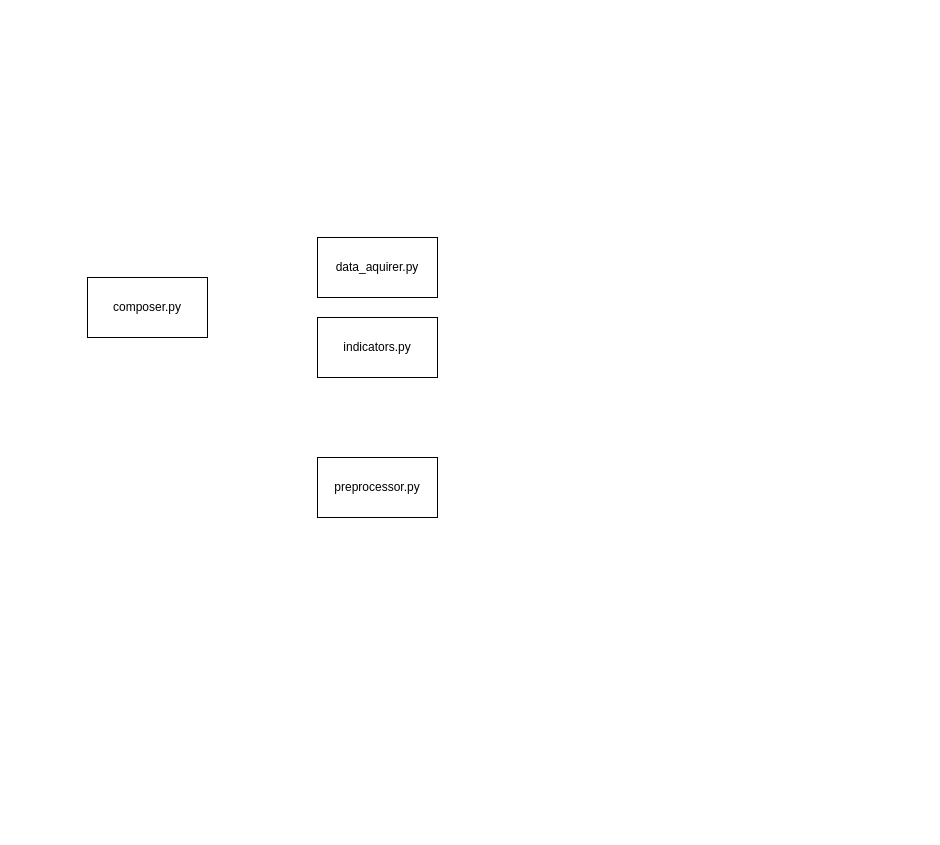
Above: doc/model_overview.drawio in Franzelfx/forex-predicter (draw.io), before the change. Source tidied: cells renumbered, new cells numbered last; positions are measured from the earlier drawing's top-left corner, leaving out a move shared by most shapes. Both pictures are drawn from the tidied source at 100%, with x=0, y=0 at pixel (87, 237).
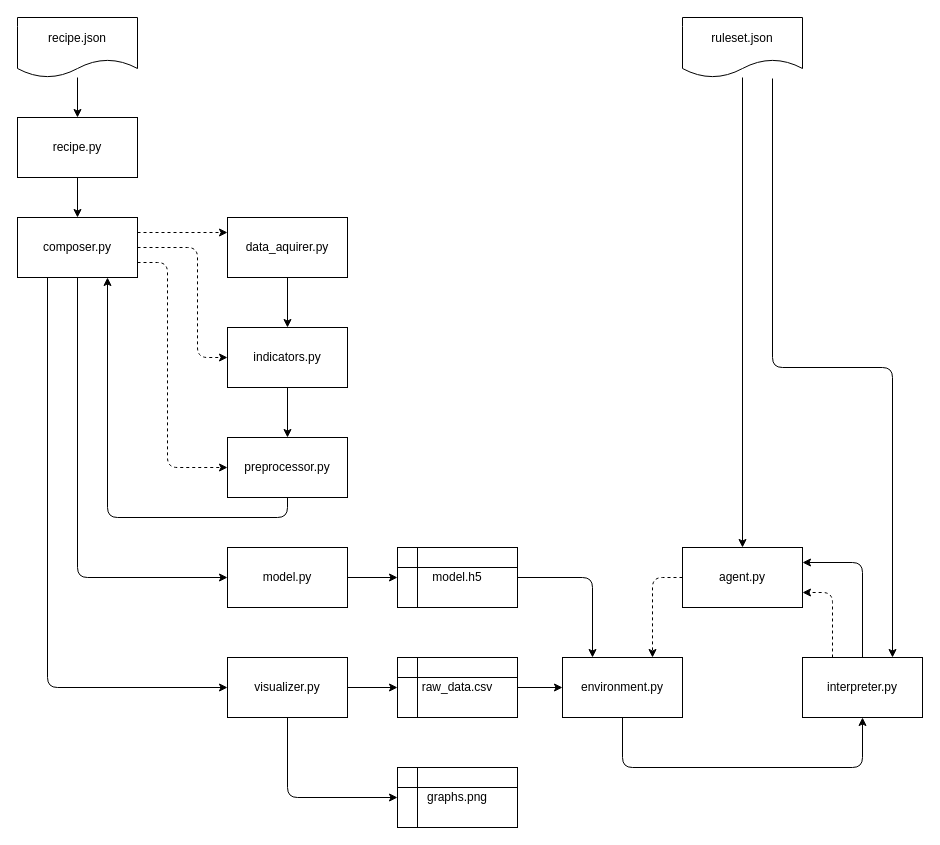
Above is the later version.

The edit, as a diff of the source:
```diff
@@
+    <mxCell id="6" style="edgeStyle=orthogonalEdgeStyle;rounded=1;jettySize=auto;html=1;exitX=1;exitY=0.25;exitDx=0;exitDy=0;entryX=0;entryY=0.25;entryDx=0;entryDy=0;dashed=1;" parent="1" edge="1" source="2" target="3">
+      <mxGeometry relative="1" as="geometry" />
+    </mxCell>
+    <mxCell id="7" style="edgeStyle=orthogonalEdgeStyle;rounded=1;jettySize=auto;html=1;exitX=1;exitY=0.5;exitDx=0;exitDy=0;entryX=0;entryY=0.5;entryDx=0;entryDy=0;dashed=1;" parent="1" edge="1" source="2" target="5">
+      <mxGeometry relative="1" as="geometry">
+        <Array as="points">
+          <mxPoint x="110" y="10" />
+          <mxPoint x="110" y="120" />
+        </Array>
+      </mxGeometry>
+    </mxCell>
+    <mxCell id="8" style="edgeStyle=orthogonalEdgeStyle;rounded=1;jettySize=auto;html=1;exitX=1;exitY=0.75;exitDx=0;exitDy=0;entryX=0;entryY=0.5;entryDx=0;entryDy=0;dashed=1;" parent="1" edge="1" source="2" target="4">
+      <mxGeometry relative="1" as="geometry">
+        <Array as="points">
+          <mxPoint x="80" y="25" />
+          <mxPoint x="80" y="230" />
+        </Array>
+      </mxGeometry>
+    </mxCell>
+    <mxCell id="9" style="edgeStyle=orthogonalEdgeStyle;rounded=1;jettySize=auto;html=1;exitX=0.5;exitY=1;exitDx=0;exitDy=0;entryX=0;entryY=0.5;entryDx=0;entryDy=0;" parent="1" edge="1" source="2" target="18">
+      <mxGeometry relative="1" as="geometry" />
+    </mxCell>
+    <mxCell id="10" style="edgeStyle=orthogonalEdgeStyle;html=1;exitX=0.25;exitY=1;exitDx=0;exitDy=0;entryX=0;entryY=0.5;entryDx=0;entryDy=0;" parent="1" edge="1" source="2" target="16">
+      <mxGeometry relative="1" as="geometry" />
+    </mxCell>
     <mxCell id="2" value="composer.py" style="rounded=0;whiteSpace=wrap;html=1;verticalAlign=middle;align=center;" parent="1" vertex="1">
-      <mxGeometry y="40" width="120" height="60" as="geometry" />
+      <mxGeometry x="-70" y="-20" width="120" height="60" as="geometry" />
     </mxCell>
+    <mxCell id="11" style="edgeStyle=none;html=1;" parent="1" edge="1" source="3" target="5">
+      <mxGeometry relative="1" as="geometry" />
+    </mxCell>
     <mxCell id="3" value="data_aquirer.py" style="rounded=0;whiteSpace=wrap;html=1;" parent="1" vertex="1">
-      <mxGeometry x="230" width="120" height="60" as="geometry" />
+      <mxGeometry x="140" y="-20" width="120" height="60" as="geometry" />
     </mxCell>
+    <mxCell id="12" style="edgeStyle=orthogonalEdgeStyle;rounded=1;jettySize=auto;html=1;exitX=0.5;exitY=1;exitDx=0;exitDy=0;entryX=0.75;entryY=1;entryDx=0;entryDy=0;" parent="1" edge="1" source="4" target="2">
+      <mxGeometry relative="1" as="geometry" />
+    </mxCell>
     <mxCell id="4" value="preprocessor.py" style="rounded=0;whiteSpace=wrap;html=1;" parent="1" vertex="1">
-      <mxGeometry x="230" y="220" width="120" height="60" as="geometry" />
+      <mxGeometry x="140" y="200" width="120" height="60" as="geometry" />
     </mxCell>
+    <mxCell id="13" style="edgeStyle=none;html=1;" parent="1" edge="1" source="5" target="4">
+      <mxGeometry relative="1" as="geometry" />
+    </mxCell>
     <mxCell id="5" value="indicators.py" style="rounded=0;whiteSpace=wrap;html=1;" parent="1" vertex="1">
-      <mxGeometry x="230" y="80" width="120" height="60" as="geometry" />
+      <mxGeometry x="140" y="90" width="120" height="60" as="geometry" />
     </mxCell>
+    <mxCell id="14" style="edgeStyle=orthogonalEdgeStyle;html=1;exitX=1;exitY=0.5;exitDx=0;exitDy=0;entryX=0;entryY=0.5;entryDx=0;entryDy=0;" parent="1" edge="1" source="16" target="32">
+      <mxGeometry relative="1" as="geometry" />
+    </mxCell>
+    <mxCell id="15" style="edgeStyle=orthogonalEdgeStyle;html=1;exitX=0.5;exitY=1;exitDx=0;exitDy=0;entryX=0;entryY=0.5;entryDx=0;entryDy=0;" parent="1" edge="1" source="16" target="33">
+      <mxGeometry relative="1" as="geometry" />
+    </mxCell>
+    <mxCell id="16" value="visualizer.py" style="rounded=0;whiteSpace=wrap;html=1;verticalAlign=middle;align=center;" parent="1" vertex="1">
+      <mxGeometry x="140" y="420" width="120" height="60" as="geometry" />
+    </mxCell>
+    <mxCell id="17" style="edgeStyle=orthogonalEdgeStyle;html=1;exitX=1;exitY=0.5;exitDx=0;exitDy=0;entryX=0;entryY=0.5;entryDx=0;entryDy=0;" parent="1" edge="1" source="18" target="27">
+      <mxGeometry relative="1" as="geometry" />
+    </mxCell>
+    <mxCell id="18" value="model.py" style="rounded=0;whiteSpace=wrap;html=1;verticalAlign=middle;align=center;" parent="1" vertex="1">
+      <mxGeometry x="140" y="310" width="120" height="60" as="geometry" />
+    </mxCell>
+    <mxCell id="19" style="edgeStyle=orthogonalEdgeStyle;html=1;exitX=0.5;exitY=0;exitDx=0;exitDy=0;entryX=1;entryY=0.25;entryDx=0;entryDy=0;" parent="1" edge="1" source="21" target="35">
+      <mxGeometry relative="1" as="geometry" />
+    </mxCell>
+    <mxCell id="20" style="edgeStyle=orthogonalEdgeStyle;html=1;exitX=0.25;exitY=0;exitDx=0;exitDy=0;entryX=1;entryY=0.75;entryDx=0;entryDy=0;dashed=1;" parent="1" edge="1" source="21" target="35">
+      <mxGeometry relative="1" as="geometry" />
+    </mxCell>
+    <mxCell id="21" value="interpreter.py" style="rounded=0;whiteSpace=wrap;html=1;verticalAlign=middle;align=center;" parent="1" vertex="1">
+      <mxGeometry x="715" y="420" width="120" height="60" as="geometry" />
+    </mxCell>
+    <mxCell id="22" style="edgeStyle=none;html=1;" parent="1" edge="1" source="23" target="2">
+      <mxGeometry relative="1" as="geometry" />
+    </mxCell>
+    <mxCell id="23" value="recipe.py" style="rounded=0;whiteSpace=wrap;html=1;verticalAlign=middle;align=center;" parent="1" vertex="1">
+      <mxGeometry x="-70" y="-120" width="120" height="60" as="geometry" />
+    </mxCell>
+    <mxCell id="24" style="edgeStyle=none;html=1;" parent="1" edge="1" source="25" target="23">
+      <mxGeometry relative="1" as="geometry" />
+    </mxCell>
+    <mxCell id="25" value="recipe.json" style="shape=document;whiteSpace=wrap;html=1;boundedLbl=1;" parent="1" vertex="1">
+      <mxGeometry x="-70" y="-220" width="120" height="60" as="geometry" />
+    </mxCell>
+    <mxCell id="26" style="edgeStyle=orthogonalEdgeStyle;html=1;exitX=1;exitY=0.5;exitDx=0;exitDy=0;entryX=0.25;entryY=0;entryDx=0;entryDy=0;" parent="1" edge="1" source="27" target="37">
+      <mxGeometry relative="1" as="geometry" />
+    </mxCell>
+    <mxCell id="27" value="model.h5" style="shape=internalStorage;whiteSpace=wrap;html=1;backgroundOutline=1;" parent="1" vertex="1">
+      <mxGeometry x="310" y="310" width="120" height="60" as="geometry" />
+    </mxCell>
+    <mxCell id="28" style="edgeStyle=orthogonalEdgeStyle;html=1;" parent="1" edge="1" source="30" target="35">
+      <mxGeometry relative="1" as="geometry" />
+    </mxCell>
+    <mxCell id="29" style="edgeStyle=orthogonalEdgeStyle;html=1;exitX=0.75;exitY=1;exitDx=0;exitDy=1;exitPerimeter=0;entryX=0.75;entryY=0;entryDx=0;entryDy=0;" parent="1" edge="1" source="30" target="21">
+      <mxGeometry relative="1" as="geometry" />
+    </mxCell>
+    <mxCell id="30" value="ruleset.json" style="shape=document;whiteSpace=wrap;html=1;boundedLbl=1;points=[[0,0.25,0,0,0],[0,0.5,0,0,0],[0,0.75,0,0,0],[0.25,0,0,0,0],[0.25,1,0,0,1],[0.5,0,0,0,0],[0.5,1,0,0,1],[0.75,0,0,0,0],[0.75,1,0,0,1],[1,0.25,0,0,0],[1,0.5,0,0,0],[1,0.75,0,0,0]];" parent="1" vertex="1">
+      <mxGeometry x="595" y="-220" width="120" height="60" as="geometry" />
+    </mxCell>
+    <mxCell id="31" style="edgeStyle=none;html=1;exitX=1;exitY=0.5;exitDx=0;exitDy=0;entryX=0;entryY=0.5;entryDx=0;entryDy=0;" parent="1" edge="1" source="32" target="37">
+      <mxGeometry relative="1" as="geometry" />
+    </mxCell>
+    <mxCell id="32" value="raw_data.csv" style="shape=internalStorage;whiteSpace=wrap;html=1;backgroundOutline=1;" parent="1" vertex="1">
+      <mxGeometry x="310" y="420" width="120" height="60" as="geometry" />
+    </mxCell>
+    <mxCell id="33" value="graphs.png" style="shape=internalStorage;whiteSpace=wrap;html=1;backgroundOutline=1;" parent="1" vertex="1">
+      <mxGeometry x="310" y="530" width="120" height="60" as="geometry" />
+    </mxCell>
+    <mxCell id="34" style="edgeStyle=orthogonalEdgeStyle;html=1;exitX=0;exitY=0.5;exitDx=0;exitDy=0;entryX=0.75;entryY=0;entryDx=0;entryDy=0;dashed=1;" parent="1" edge="1" source="35" target="37">
+      <mxGeometry relative="1" as="geometry" />
+    </mxCell>
+    <mxCell id="35" value="agent.py" style="rounded=0;whiteSpace=wrap;html=1;verticalAlign=middle;align=center;" parent="1" vertex="1">
+      <mxGeometry x="595" y="310" width="120" height="60" as="geometry" />
+    </mxCell>
+    <mxCell id="36" style="edgeStyle=orthogonalEdgeStyle;html=1;exitX=0.5;exitY=1;exitDx=0;exitDy=0;entryX=0.5;entryY=1;entryDx=0;entryDy=0;" parent="1" edge="1" source="37" target="21">
+      <mxGeometry relative="1" as="geometry">
+        <Array as="points">
+          <mxPoint x="535" y="530" />
+          <mxPoint x="775" y="530" />
+        </Array>
+      </mxGeometry>
+    </mxCell>
+    <mxCell id="37" value="environment.py" style="rounded=0;whiteSpace=wrap;html=1;verticalAlign=middle;align=center;" parent="1" vertex="1">
+      <mxGeometry x="475" y="420" width="120" height="60" as="geometry" />
+    </mxCell>
```
